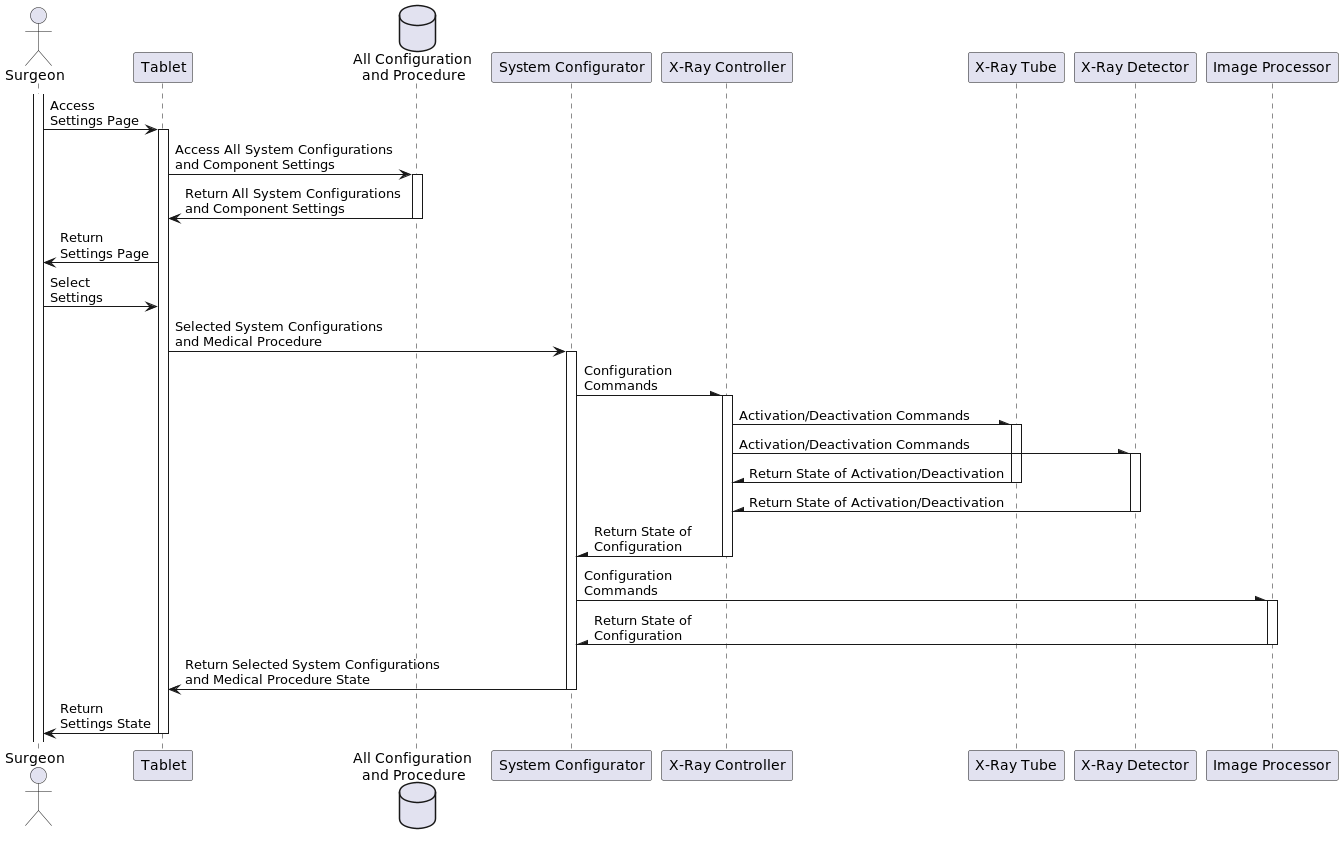
The PlantUML diagram 4-uml/sequence-config.png in bartwc/SoftwareSystems, before a commit.
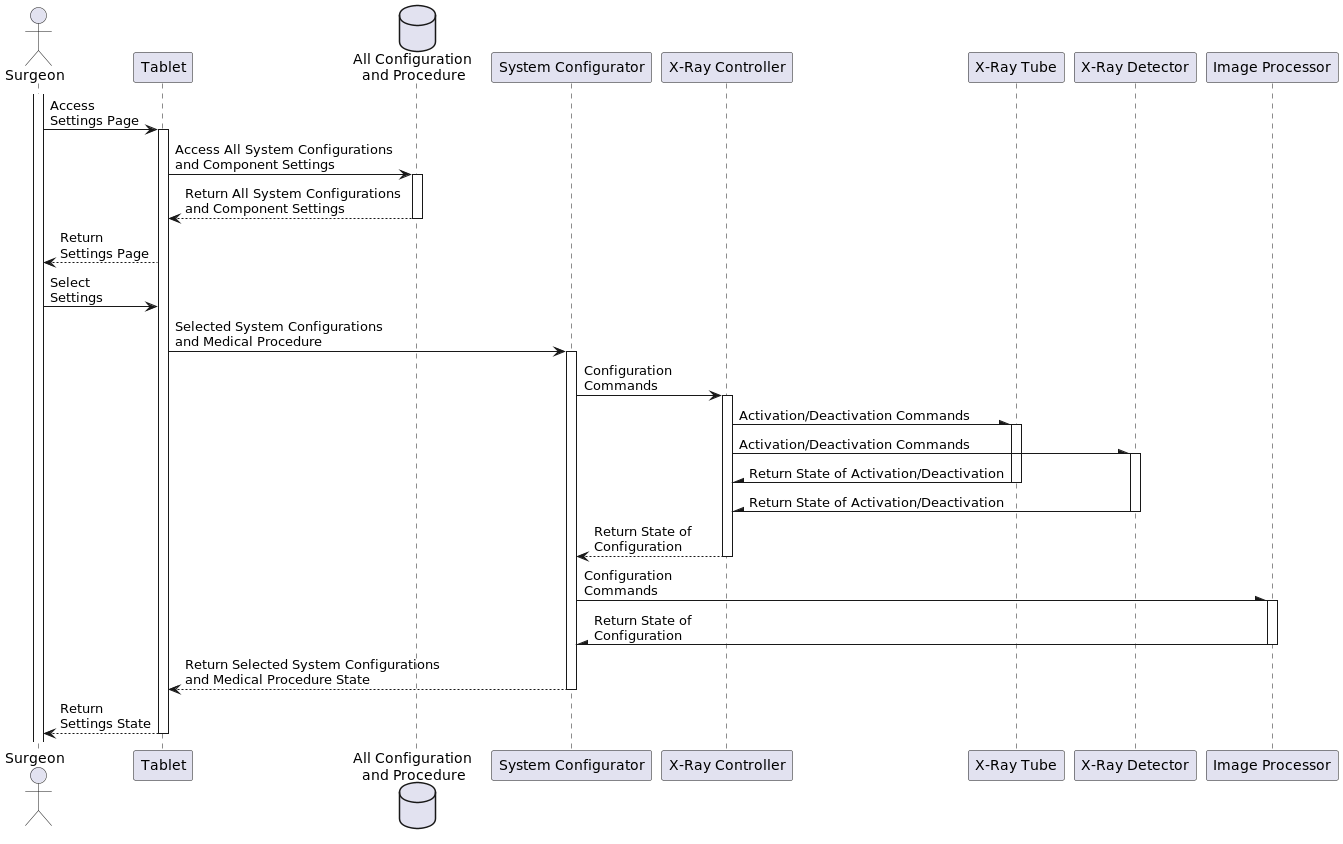
The same diagram one commit later.

Commit message:
revised synchronous and asynchronous messages in sequence diagrams.

Diff of the diagram source:
```diff
@@ -16,16 +16,16 @@
 activate participant_tablet
 participant_tablet -> data_sys_config_comp_set: Access All System Configurations \nand Component Settings
 activate data_sys_config_comp_set
-participant_tablet <- data_sys_config_comp_set: Return All System Configurations \nand Component Settings
+participant_tablet <-- data_sys_config_comp_set: Return All System Configurations \nand Component Settings
 deactivate data_sys_config_comp_set
-actor_surgeon <- participant_tablet: Return \nSettings Page
+actor_surgeon <-- participant_tablet: Return \nSettings Page
 
 actor_surgeon -> participant_tablet: Select \nSettings
 
 participant_tablet -> participant_sys_config: Selected System Configurations \nand Medical Procedure
 
 activate participant_sys_config
-participant_sys_config -\ participant_xray_control: Configuration \nCommands
+participant_sys_config -> participant_xray_control: Configuration \nCommands
 activate participant_xray_control
 
 participant_xray_control -\ participant_xray_tube: Activation/Deactivation Commands
@@ -38,7 +38,7 @@
 participant_xray_control /- participant_xray_detector: Return State of Activation/Deactivation
 deactivate participant_xray_detector
 
-participant_sys_config /- participant_xray_control: Return State of \nConfiguration
+participant_sys_config <-- participant_xray_control: Return State of \nConfiguration
 deactivate participant_xray_control
 
 participant_sys_config -\ participant_image_proc: Configuration \nCommands
@@ -46,10 +46,10 @@
 participant_sys_config /- participant_image_proc: Return State of \nConfiguration
 deactivate participant_image_proc
 
-participant_tablet <- participant_sys_config: Return Selected System Configurations \nand Medical Procedure State
+participant_tablet <-- participant_sys_config: Return Selected System Configurations \nand Medical Procedure State
 deactivate participant_sys_config
 
-actor_surgeon <- participant_tablet: Return \nSettings State
+actor_surgeon <-- participant_tablet: Return \nSettings State
 deactivate participant_tablet
 
 @enduml
```
